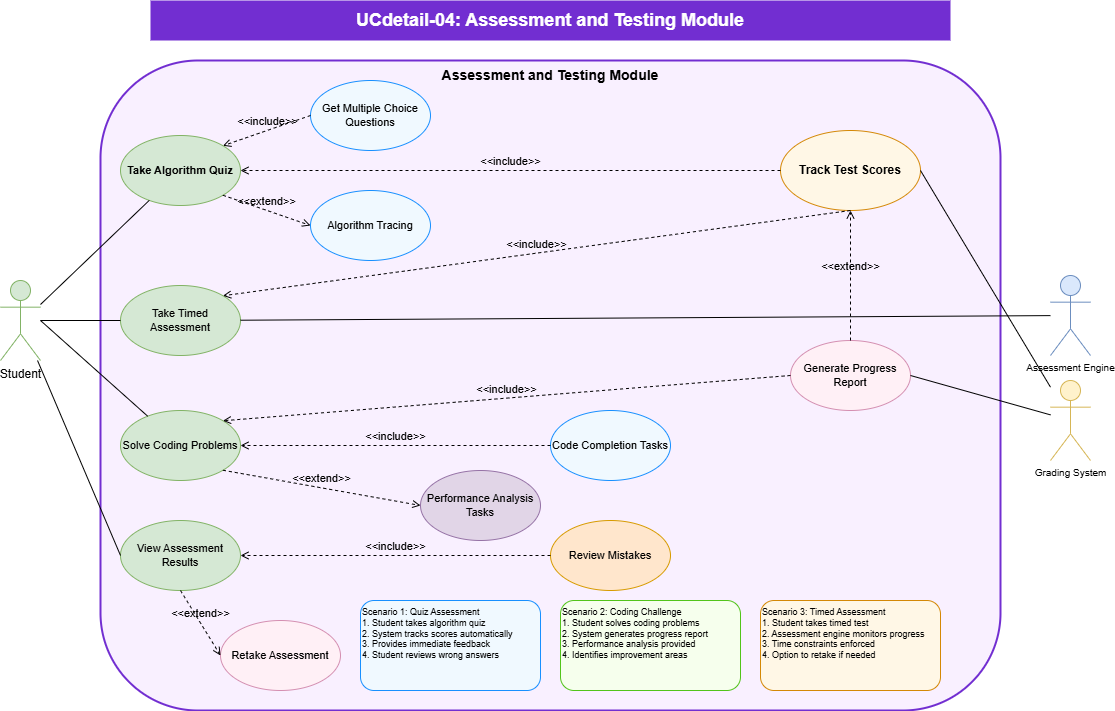
Earlier version of the draw.io export dsa-visualizer/academic-project/images/UCdetail-04-assessment-testing.png (HieNguyen08/dsa-visualizer). Source tidied: cells renumbered, new cells last; positions are measured from the earlier drawing's top-left corner, leaving out a move shared by most shapes. Its diagram source:
```xml
<mxGraphModel>
  <root>
    <mxCell id="0" />
    <mxCell id="1" parent="0" />
    <mxCell id="2" value="UCdetail-04: Assessment and Testing Module" style="text;html=1;align=center;verticalAlign=middle;whiteSpace=wrap;rounded=0;fontSize=18;fontStyle=1;fillColor=#722ed1;fontColor=#ffffff;" parent="1" vertex="1">
      <mxGeometry x="150" width="800" height="40" as="geometry" />
    </mxCell>
    <mxCell id="3" value="Assessment and Testing Module" style="rounded=1;whiteSpace=wrap;html=1;fontSize=14;fontStyle=1;fillColor=#f9f0ff;strokeColor=#722ed1;strokeWidth=2;verticalAlign=top;" parent="1" vertex="1">
      <mxGeometry x="100" y="60" width="900" height="650" as="geometry" />
    </mxCell>
    <mxCell id="4" value="Student" style="shape=umlActor;verticalLabelPosition=bottom;verticalAlign=top;html=1;outlineConnect=0;fontSize=12;fillColor=#d5e8d4;strokeColor=#82b366;" parent="1" vertex="1">
      <mxGeometry y="280" width="40" height="80" as="geometry" />
    </mxCell>
    <mxCell id="5" value="Assessment Engine" style="shape=umlActor;verticalLabelPosition=bottom;verticalAlign=top;html=1;outlineConnect=0;fontSize=10;fillColor=#dae8fc;strokeColor=#6c8ebf;" parent="1" vertex="1">
      <mxGeometry x="1050" y="275" width="40" height="80" as="geometry" />
    </mxCell>
    <mxCell id="6" value="Grading System" style="shape=umlActor;verticalLabelPosition=bottom;verticalAlign=top;html=1;outlineConnect=0;fontSize=10;fillColor=#fff2cc;strokeColor=#d6b656;" parent="1" vertex="1">
      <mxGeometry x="1050" y="380" width="40" height="80" as="geometry" />
    </mxCell>
    <mxCell id="7" value="Take Algorithm Quiz" style="ellipse;whiteSpace=wrap;html=1;fontSize=11;fillColor=#d5e8d4;strokeColor=#82b366;fontStyle=1;" parent="1" vertex="1">
      <mxGeometry x="120" y="135" width="120" height="70" as="geometry" />
    </mxCell>
    <mxCell id="8" value="Solve Coding Problems" style="ellipse;whiteSpace=wrap;html=1;fontSize=11;fillColor=#d5e8d4;strokeColor=#82b366;" parent="1" vertex="1">
      <mxGeometry x="120" y="410" width="120" height="70" as="geometry" />
    </mxCell>
    <mxCell id="9" value="Take Timed Assessment" style="ellipse;whiteSpace=wrap;html=1;fontSize=11;fillColor=#d5e8d4;strokeColor=#82b366;" parent="1" vertex="1">
      <mxGeometry x="120" y="285" width="120" height="70" as="geometry" />
    </mxCell>
    <mxCell id="10" value="Review Mistakes" style="ellipse;whiteSpace=wrap;html=1;fontSize=11;fillColor=#ffe6cc;strokeColor=#d79b00;" parent="1" vertex="1">
      <mxGeometry x="550" y="520" width="120" height="70" as="geometry" />
    </mxCell>
    <mxCell id="11" value="Get Multiple Choice Questions" style="ellipse;whiteSpace=wrap;html=1;fontSize=11;fillColor=#f0f9ff;strokeColor=#1890ff;" parent="1" vertex="1">
      <mxGeometry x="310" y="80" width="120" height="70" as="geometry" />
    </mxCell>
    <mxCell id="12" value="Code Completion Tasks" style="ellipse;whiteSpace=wrap;html=1;fontSize=11;fillColor=#f0f9ff;strokeColor=#1890ff;" parent="1" vertex="1">
      <mxGeometry x="550" y="410" width="120" height="70" as="geometry" />
    </mxCell>
    <mxCell id="13" value="Algorithm Tracing" style="ellipse;whiteSpace=wrap;html=1;fontSize=11;fillColor=#f0f9ff;strokeColor=#1890ff;" parent="1" vertex="1">
      <mxGeometry x="310" y="190" width="120" height="70" as="geometry" />
    </mxCell>
    <mxCell id="14" value="Performance Analysis Tasks" style="ellipse;whiteSpace=wrap;html=1;fontSize=11;fillColor=#e1d5e7;strokeColor=#9673a6;" parent="1" vertex="1">
      <mxGeometry x="420" y="470" width="120" height="70" as="geometry" />
    </mxCell>
    <mxCell id="15" value="Track Test Scores" style="ellipse;whiteSpace=wrap;html=1;fontSize=12;fillColor=#fff7e6;strokeColor=#d48806;fontStyle=1;" parent="1" vertex="1">
      <mxGeometry x="780" y="130" width="140" height="80" as="geometry" />
    </mxCell>
    <mxCell id="16" value="Generate Progress Report" style="ellipse;whiteSpace=wrap;html=1;fontSize=11;fillColor=#fff0f6;strokeColor=#d48fb1;" parent="1" vertex="1">
      <mxGeometry x="790" y="340" width="120" height="70" as="geometry" />
    </mxCell>
    <mxCell id="17" value="Retake Assessment" style="ellipse;whiteSpace=wrap;html=1;fontSize=11;fillColor=#fff0f6;strokeColor=#d48fb1;" parent="1" vertex="1">
      <mxGeometry x="220" y="620" width="120" height="70" as="geometry" />
    </mxCell>
    <mxCell id="18" style="endArrow=none;html=1;rounded=0;fontSize=12;startSize=8;endSize=8;exitX=1;exitY=0.3;" parent="1" edge="1" source="4" target="7">
      <mxGeometry relative="1" as="geometry" />
    </mxCell>
    <mxCell id="19" style="endArrow=none;html=1;rounded=0;fontSize=12;startSize=8;endSize=8;exitX=1;exitY=0.5;" parent="1" edge="1" source="4" target="8">
      <mxGeometry relative="1" as="geometry" />
    </mxCell>
    <mxCell id="20" value="Scenario 1: Quiz Assessment&#10;1. Student takes algorithm quiz&#10;2. System tracks scores automatically&#10;3. Provides immediate feedback&#10;4. Student reviews wrong answers" style="rounded=1;whiteSpace=wrap;html=1;fontSize=9;align=left;verticalAlign=top;fillColor=#f0f9ff;strokeColor=#1890ff;" parent="1" vertex="1">
      <mxGeometry x="360" y="600" width="180" height="90" as="geometry" />
    </mxCell>
    <mxCell id="21" value="Scenario 2: Coding Challenge&#10;1. Student solves coding problems&#10;2. System generates progress report&#10;3. Performance analysis provided&#10;4. Identifies improvement areas" style="rounded=1;whiteSpace=wrap;html=1;fontSize=9;align=left;verticalAlign=top;fillColor=#f6ffed;strokeColor=#52c41a;" parent="1" vertex="1">
      <mxGeometry x="560" y="600" width="180" height="90" as="geometry" />
    </mxCell>
    <mxCell id="22" value="Scenario 3: Timed Assessment&#10;1. Student takes timed test&#10;2. Assessment engine monitors progress&#10;3. Time constraints enforced&#10;4. Option to retake if needed" style="rounded=1;whiteSpace=wrap;html=1;fontSize=9;align=left;verticalAlign=top;fillColor=#fff7e6;strokeColor=#d48806;" parent="1" vertex="1">
      <mxGeometry x="760" y="600" width="180" height="90" as="geometry" />
    </mxCell>
    <mxCell id="23" value="&amp;lt;&amp;lt;include&amp;gt;&amp;gt;" style="html=1;verticalAlign=bottom;labelBackgroundColor=none;endArrow=open;endFill=0;dashed=1;entryX=1;entryY=0.5;entryDx=0;entryDy=0;exitX=0;exitY=0.5;exitDx=0;exitDy=0;" parent="1" edge="1" source="15" target="7">
      <mxGeometry relative="1" as="geometry" />
    </mxCell>
    <mxCell id="24" style="endArrow=none;html=1;rounded=0;fontSize=12;startSize=8;endSize=8;exitX=1;exitY=0.5;exitDx=0;exitDy=0;" parent="1" edge="1" source="15" target="6">
      <mxGeometry relative="1" as="geometry" />
    </mxCell>
    <mxCell id="25" value="&amp;lt;&amp;lt;include&amp;gt;&amp;gt;" style="html=1;verticalAlign=bottom;labelBackgroundColor=none;endArrow=open;endFill=0;dashed=1;entryX=1;entryY=0.5;entryDx=0;entryDy=0;exitX=0;exitY=0.5;exitDx=0;exitDy=0;" parent="1" edge="1" source="10" target="31">
      <mxGeometry relative="1" as="geometry" />
    </mxCell>
    <mxCell id="26" style="endArrow=none;html=1;rounded=0;fontSize=12;startSize=8;endSize=8;entryX=0;entryY=0.5;entryDx=0;entryDy=0;" parent="1" edge="1" source="4" target="9">
      <mxGeometry relative="1" as="geometry" />
    </mxCell>
    <mxCell id="27" value="&amp;lt;&amp;lt;include&amp;gt;&amp;gt;" style="html=1;verticalAlign=bottom;labelBackgroundColor=none;endArrow=open;endFill=0;dashed=1;entryX=1;entryY=0;entryDx=0;entryDy=0;exitX=0;exitY=0.5;exitDx=0;exitDy=0;" parent="1" edge="1" source="11" target="7">
      <mxGeometry relative="1" as="geometry" />
    </mxCell>
    <mxCell id="28" value="&amp;lt;&amp;lt;include&amp;gt;&amp;gt;" style="html=1;verticalAlign=bottom;labelBackgroundColor=none;endArrow=open;endFill=0;dashed=1;entryX=1;entryY=0.5;entryDx=0;entryDy=0;exitX=0;exitY=0.5;exitDx=0;exitDy=0;" parent="1" edge="1" source="12" target="8">
      <mxGeometry relative="1" as="geometry" />
    </mxCell>
    <mxCell id="29" value="&amp;lt;&amp;lt;extend&amp;gt;&amp;gt;" style="html=1;verticalAlign=bottom;labelBackgroundColor=none;endArrow=open;endFill=0;dashed=1;entryX=0;entryY=0.5;entryDx=0;entryDy=0;exitX=1;exitY=1;exitDx=0;exitDy=0;" parent="1" edge="1" source="7" target="13">
      <mxGeometry relative="1" as="geometry" />
    </mxCell>
    <mxCell id="30" style="endArrow=none;html=1;rounded=0;fontSize=12;startSize=8;endSize=8;" parent="1" edge="1" source="9" target="5">
      <mxGeometry relative="1" as="geometry" />
    </mxCell>
    <mxCell id="31" value="&lt;span style=&quot;color: rgb(0, 0, 0);&quot;&gt;View Assessment Results&lt;/span&gt;" style="ellipse;whiteSpace=wrap;html=1;fontSize=11;fillColor=#d5e8d4;strokeColor=#82b366;" parent="1" vertex="1">
      <mxGeometry x="120" y="520" width="120" height="70" as="geometry" />
    </mxCell>
    <mxCell id="32" style="endArrow=none;html=1;rounded=0;fontSize=12;startSize=8;endSize=8;entryX=0;entryY=0.5;entryDx=0;entryDy=0;" parent="1" edge="1" source="4" target="31">
      <mxGeometry relative="1" as="geometry" />
    </mxCell>
    <mxCell id="33" value="&amp;lt;&amp;lt;include&amp;gt;&amp;gt;" style="html=1;verticalAlign=bottom;labelBackgroundColor=none;endArrow=open;endFill=0;dashed=1;entryX=1;entryY=0;entryDx=0;entryDy=0;exitX=0;exitY=0.5;exitDx=0;exitDy=0;" parent="1" edge="1" source="16" target="8">
      <mxGeometry relative="1" as="geometry" />
    </mxCell>
    <mxCell id="34" value="&amp;lt;&amp;lt;include&amp;gt;&amp;gt;" style="html=1;verticalAlign=bottom;labelBackgroundColor=none;endArrow=open;endFill=0;dashed=1;entryX=1;entryY=0;entryDx=0;entryDy=0;exitX=0.5;exitY=1;exitDx=0;exitDy=0;" parent="1" edge="1" source="15" target="9">
      <mxGeometry relative="1" as="geometry" />
    </mxCell>
    <mxCell id="35" value="&amp;lt;&amp;lt;extend&amp;gt;&amp;gt;" style="html=1;verticalAlign=bottom;labelBackgroundColor=none;endArrow=open;endFill=0;dashed=1;entryX=0;entryY=0.5;entryDx=0;entryDy=0;exitX=1;exitY=1;exitDx=0;exitDy=0;" parent="1" edge="1" source="8" target="14">
      <mxGeometry relative="1" as="geometry" />
    </mxCell>
    <mxCell id="36" value="&amp;lt;&amp;lt;extend&amp;gt;&amp;gt;" style="html=1;verticalAlign=bottom;labelBackgroundColor=none;endArrow=open;endFill=0;dashed=1;entryX=0.5;entryY=1;entryDx=0;entryDy=0;exitX=0.5;exitY=0;exitDx=0;exitDy=0;" parent="1" edge="1" source="16" target="15">
      <mxGeometry relative="1" as="geometry" />
    </mxCell>
    <mxCell id="37" value="&amp;lt;&amp;lt;extend&amp;gt;&amp;gt;" style="html=1;verticalAlign=bottom;labelBackgroundColor=none;endArrow=open;endFill=0;dashed=1;entryX=0;entryY=0.5;entryDx=0;entryDy=0;exitX=0.5;exitY=1;exitDx=0;exitDy=0;" parent="1" edge="1" source="31" target="17">
      <mxGeometry relative="1" as="geometry" />
    </mxCell>
    <mxCell id="38" style="endArrow=none;html=1;rounded=0;fontSize=12;startSize=8;endSize=8;exitX=1;exitY=0.5;exitDx=0;exitDy=0;" parent="1" edge="1" source="16" target="6">
      <mxGeometry relative="1" as="geometry" />
    </mxCell>
  </root>
</mxGraphModel>
```
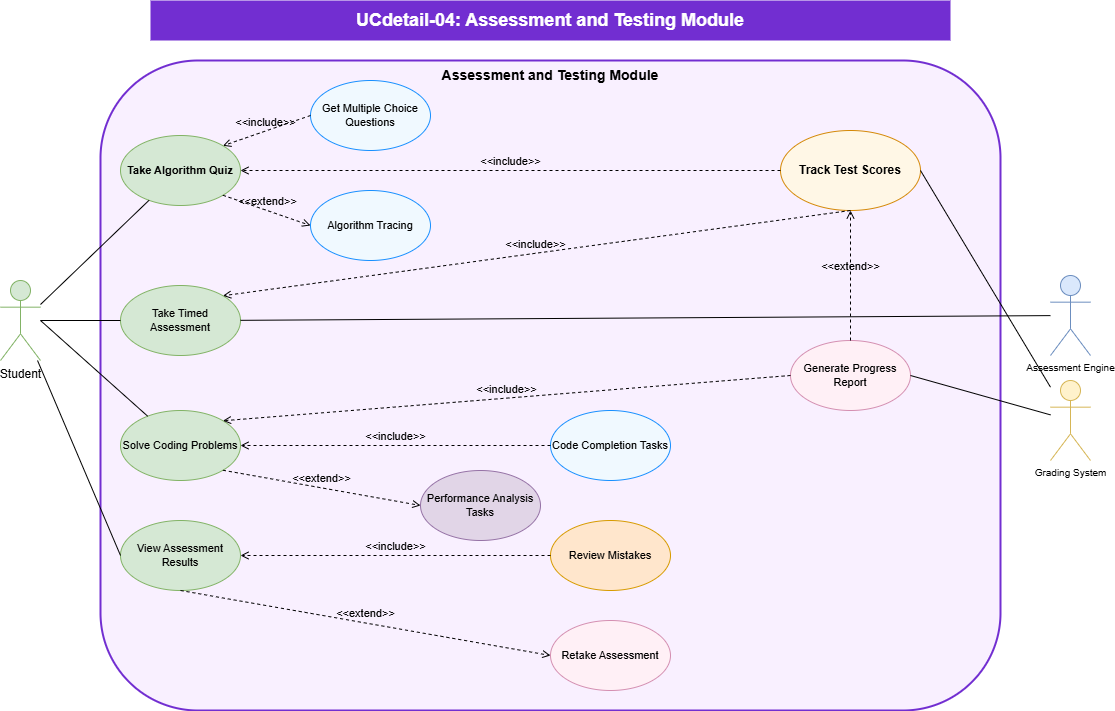
The same diagram one commit later.

Change to the diagram source:
```diff
@@ -48,7 +48,7 @@
       <mxGeometry x="790" y="340" width="120" height="70" as="geometry" />
     </mxCell>
     <mxCell id="17" value="Retake Assessment" style="ellipse;whiteSpace=wrap;html=1;fontSize=11;fillColor=#fff0f6;strokeColor=#d48fb1;" parent="1" vertex="1">
-      <mxGeometry x="220" y="620" width="120" height="70" as="geometry" />
+      <mxGeometry x="550" y="620" width="120" height="70" as="geometry" />
     </mxCell>
     <mxCell id="18" style="endArrow=none;html=1;rounded=0;fontSize=12;startSize=8;endSize=8;exitX=1;exitY=0.3;" parent="1" edge="1" source="4" target="7">
       <mxGeometry relative="1" as="geometry" />
@@ -56,15 +56,6 @@
     <mxCell id="19" style="endArrow=none;html=1;rounded=0;fontSize=12;startSize=8;endSize=8;exitX=1;exitY=0.5;" parent="1" edge="1" source="4" target="8">
       <mxGeometry relative="1" as="geometry" />
     </mxCell>
-    <mxCell id="20" value="Scenario 1: Quiz Assessment&#10;1. Student takes algorithm quiz&#10;2. System tracks scores automatically&#10;3. Provides immediate feedback&#10;4. Student reviews wrong answers" style="rounded=1;whiteSpace=wrap;html=1;fontSize=9;align=left;verticalAlign=top;fillColor=#f0f9ff;strokeColor=#1890ff;" parent="1" vertex="1">
-      <mxGeometry x="360" y="600" width="180" height="90" as="geometry" />
-    </mxCell>
-    <mxCell id="21" value="Scenario 2: Coding Challenge&#10;1. Student solves coding problems&#10;2. System generates progress report&#10;3. Performance analysis provided&#10;4. Identifies improvement areas" style="rounded=1;whiteSpace=wrap;html=1;fontSize=9;align=left;verticalAlign=top;fillColor=#f6ffed;strokeColor=#52c41a;" parent="1" vertex="1">
-      <mxGeometry x="560" y="600" width="180" height="90" as="geometry" />
-    </mxCell>
-    <mxCell id="22" value="Scenario 3: Timed Assessment&#10;1. Student takes timed test&#10;2. Assessment engine monitors progress&#10;3. Time constraints enforced&#10;4. Option to retake if needed" style="rounded=1;whiteSpace=wrap;html=1;fontSize=9;align=left;verticalAlign=top;fillColor=#fff7e6;strokeColor=#d48806;" parent="1" vertex="1">
-      <mxGeometry x="760" y="600" width="180" height="90" as="geometry" />
-    </mxCell>
     <mxCell id="23" value="&amp;lt;&amp;lt;include&amp;gt;&amp;gt;" style="html=1;verticalAlign=bottom;labelBackgroundColor=none;endArrow=open;endFill=0;dashed=1;entryX=1;entryY=0.5;entryDx=0;entryDy=0;exitX=0;exitY=0.5;exitDx=0;exitDy=0;" parent="1" edge="1" source="15" target="7">
       <mxGeometry relative="1" as="geometry" />
     </mxCell>
```
